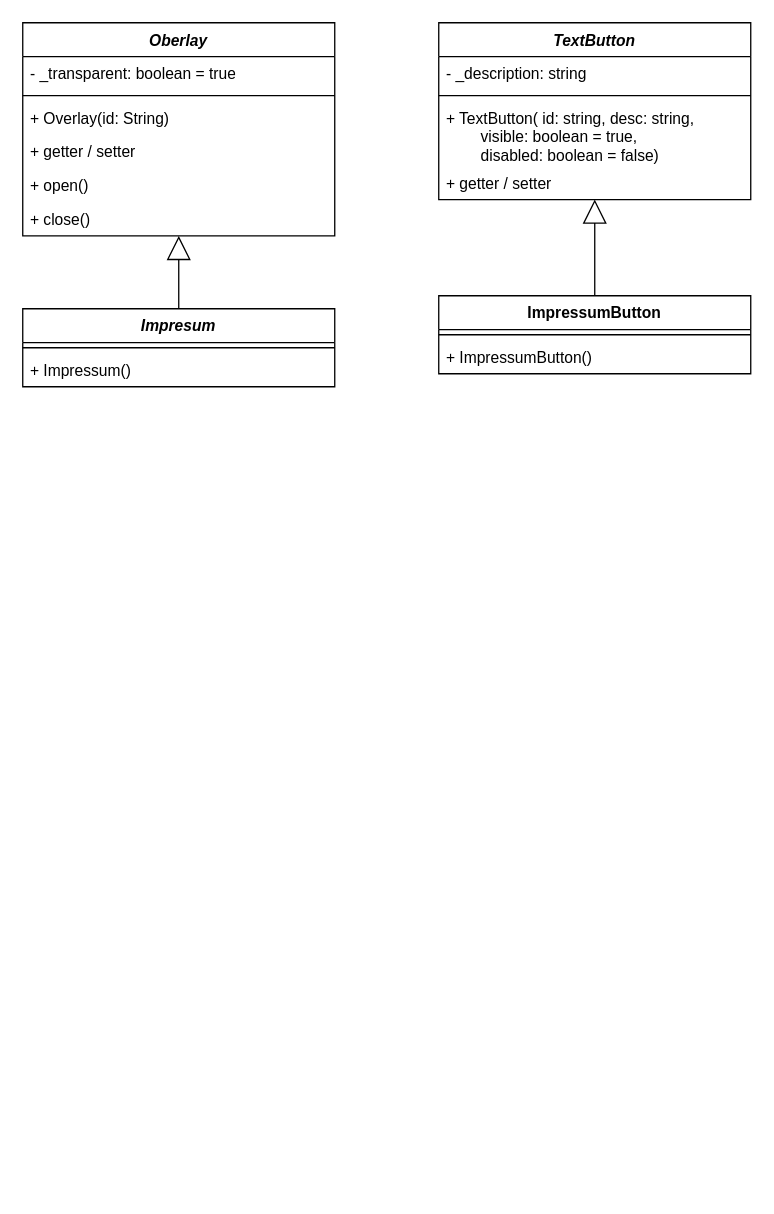
elma1989/el-pollo-loco keeps this draw.io diagram as docs/issue/137-diagram.drawio. Above is the earlier version. Source tidied: cells renumbered, new cells numbered last; positions are measured from the earlier drawing's top-left corner, leaving out a move shared by most shapes. Both pictures are drawn from the tidied source at 130%, with x=0, y=0 at pixel (22, 22).
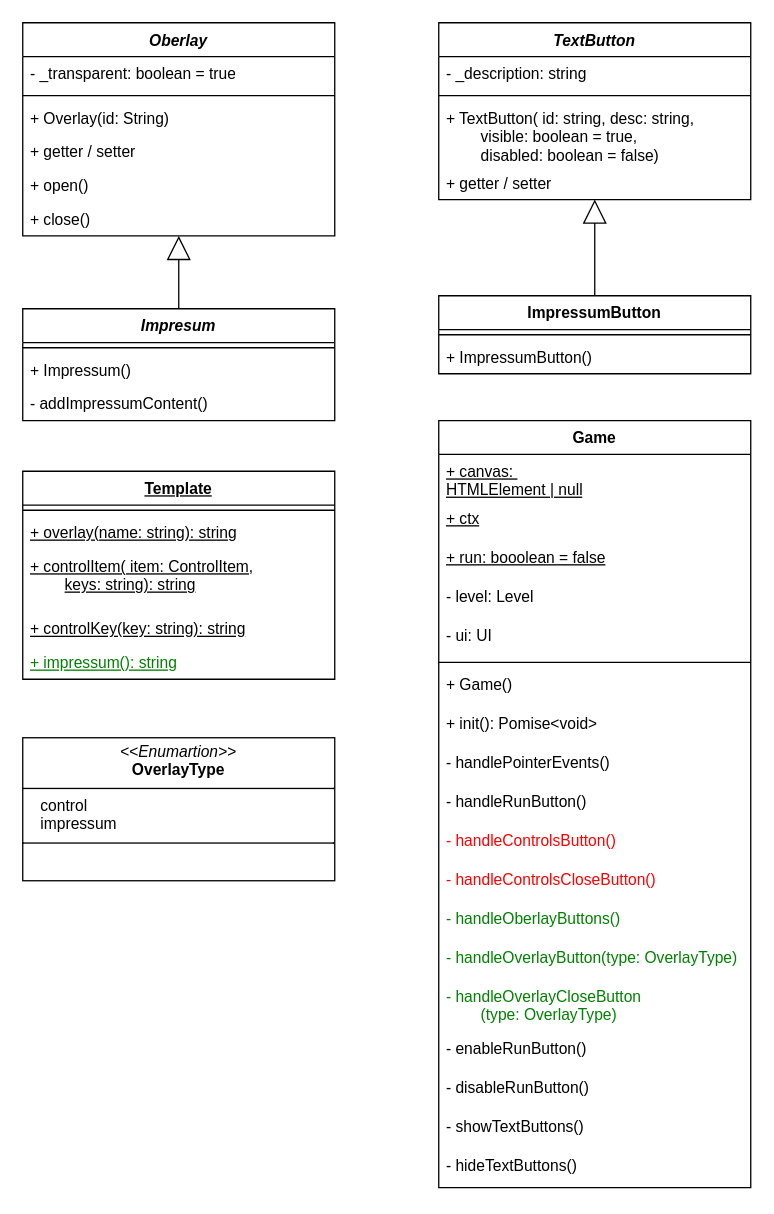
After the change.

Commit message (it also covers changes not shown here):
doc: Updated issus 137 - Updated Impressum, Game

The edit, as a diff of the source:
```diff
@@
     <mxCell id="9" value="Impresum" style="swimlane;fontStyle=3;align=center;verticalAlign=top;horizontal=1;startSize=26;whiteSpace=wrap;html=1;" parent="1" vertex="1">
-      <mxGeometry y="220" width="240" height="60" as="geometry" />
+      <mxGeometry y="220" width="240" height="86" as="geometry" />
     </mxCell>
@@
+    <mxCell id="22" value="- addImpressumContent()" style="text;strokeColor=none;fillColor=none;align=left;verticalAlign=top;spacingLeft=4;spacingRight=4;overflow=hidden;whiteSpace=wrap;html=1;" parent="9" vertex="1">
+      <mxGeometry y="60" width="240" height="26" as="geometry" />
+    </mxCell>
@@
+    <mxCell id="23" value="Template" style="swimlane;fontStyle=5;align=center;verticalAlign=top;horizontal=1;startSize=26;whiteSpace=wrap;html=1;strokeColor=default;" parent="1" vertex="1">
+      <mxGeometry y="345" width="240" height="160" as="geometry" />
+    </mxCell>
+    <mxCell id="24" style="line;strokeWidth=1;fillColor=none;align=left;verticalAlign=middle;spacingTop=-1;spacingLeft=3;spacingRight=3;labelPosition=right;strokeColor=inherit;" parent="23" vertex="1">
+      <mxGeometry y="26" width="240" height="8" as="geometry" />
+    </mxCell>
+    <mxCell id="25" value="+ overlay(name: string): string" style="text;strokeColor=none;fillColor=none;align=left;verticalAlign=top;spacingLeft=4;spacingRight=4;overflow=hidden;whiteSpace=wrap;html=1;fontStyle=4;" parent="23" vertex="1">
+      <mxGeometry y="34" width="240" height="26" as="geometry" />
+    </mxCell>
+    <mxCell id="26" value="+ controlItem( item: ControlItem,&lt;div&gt;&lt;span style=&quot;white-space: pre;&quot;&gt;&#9;&lt;/span&gt;keys: string): string&lt;br&gt;&lt;/div&gt;" style="text;strokeColor=none;fillColor=none;align=left;verticalAlign=top;spacingLeft=4;spacingRight=4;overflow=hidden;whiteSpace=wrap;html=1;fontStyle=4;" parent="23" vertex="1">
+      <mxGeometry y="60" width="240" height="48" as="geometry" />
+    </mxCell>
+    <mxCell id="27" value="+ controlKey(key: string): string" style="text;strokeColor=none;fillColor=none;align=left;verticalAlign=top;spacingLeft=4;spacingRight=4;overflow=hidden;whiteSpace=wrap;html=1;fontStyle=4;" parent="23" vertex="1">
+      <mxGeometry y="108" width="240" height="26" as="geometry" />
+    </mxCell>
+    <mxCell id="28" value="+ impressum(): string" style="text;strokeColor=none;fillColor=none;align=left;verticalAlign=top;spacingLeft=4;spacingRight=4;overflow=hidden;whiteSpace=wrap;html=1;fontStyle=4;fontColor=light-dark(#008000,#80FF80);" parent="23" vertex="1">
+      <mxGeometry y="134" width="240" height="26" as="geometry" />
+    </mxCell>
+    <mxCell id="29" value="Game" style="swimlane;fontStyle=1;align=center;verticalAlign=top;horizontal=1;startSize=26;whiteSpace=wrap;html=1;" parent="1" vertex="1">
+      <mxGeometry x="320" y="306" width="240" height="590" as="geometry" />
+    </mxCell>
+    <mxCell id="30" value="+ canvas:&amp;nbsp;&lt;div&gt;HTMLElement | null&lt;/div&gt;" style="text;strokeColor=none;fillColor=none;align=left;verticalAlign=top;spacingLeft=4;spacingRight=4;overflow=hidden;whiteSpace=wrap;html=1;fontStyle=4;" parent="29" vertex="1">
+      <mxGeometry y="26" width="240" height="36" as="geometry" />
+    </mxCell>
+    <mxCell id="31" value="+ ctx" style="text;strokeColor=none;fillColor=none;align=left;verticalAlign=top;spacingLeft=4;spacingRight=4;overflow=hidden;whiteSpace=wrap;html=1;fontStyle=4;" parent="29" vertex="1">
+      <mxGeometry y="62" width="240" height="30" as="geometry" />
+    </mxCell>
+    <mxCell id="32" value="+ run: booolean = false" style="text;strokeColor=none;fillColor=none;align=left;verticalAlign=top;spacingLeft=4;spacingRight=4;overflow=hidden;whiteSpace=wrap;html=1;fontStyle=4;" parent="29" vertex="1">
+      <mxGeometry y="92" width="240" height="30" as="geometry" />
+    </mxCell>
+    <mxCell id="33" value="- level: Level" style="text;strokeColor=none;fillColor=none;align=left;verticalAlign=top;spacingLeft=4;spacingRight=4;overflow=hidden;whiteSpace=wrap;html=1;fontStyle=0;fontColor=default;" parent="29" vertex="1">
+      <mxGeometry y="122" width="240" height="30" as="geometry" />
+    </mxCell>
+    <mxCell id="34" value="- ui: UI" style="text;strokeColor=none;fillColor=none;align=left;verticalAlign=top;spacingLeft=4;spacingRight=4;overflow=hidden;whiteSpace=wrap;html=1;fontStyle=0;fontColor=default;" parent="29" vertex="1">
+      <mxGeometry y="152" width="240" height="30" as="geometry" />
+    </mxCell>
+    <mxCell id="35" style="line;strokeWidth=1;fillColor=none;align=left;verticalAlign=middle;spacingTop=-1;spacingLeft=3;spacingRight=3;labelPosition=right;strokeColor=inherit;" parent="29" vertex="1">
+      <mxGeometry y="182" width="240" height="8" as="geometry" />
+    </mxCell>
+    <mxCell id="36" value="+ Game()" style="text;strokeColor=none;fillColor=none;align=left;verticalAlign=top;spacingLeft=4;spacingRight=4;overflow=hidden;whiteSpace=wrap;html=1;fontStyle=0;fontColor=default;" parent="29" vertex="1">
+      <mxGeometry y="190" width="240" height="30" as="geometry" />
+    </mxCell>
+    <mxCell id="37" value="+ init(): Pomise&amp;lt;void&amp;gt;" style="text;strokeColor=none;fillColor=none;align=left;verticalAlign=top;spacingLeft=4;spacingRight=4;overflow=hidden;whiteSpace=wrap;html=1;fontStyle=0;fontColor=default;" parent="29" vertex="1">
+      <mxGeometry y="220" width="240" height="30" as="geometry" />
+    </mxCell>
+    <mxCell id="38" value="- handlePointerEvents()" style="text;strokeColor=none;fillColor=none;align=left;verticalAlign=top;spacingLeft=4;spacingRight=4;overflow=hidden;whiteSpace=wrap;html=1;fontStyle=0;fontColor=default;" parent="29" vertex="1">
+      <mxGeometry y="250" width="240" height="30" as="geometry" />
+    </mxCell>
+    <mxCell id="39" value="- handleRunButton()" style="text;strokeColor=none;fillColor=none;align=left;verticalAlign=top;spacingLeft=4;spacingRight=4;overflow=hidden;whiteSpace=wrap;html=1;fontStyle=0;fontColor=default;" parent="29" vertex="1">
+      <mxGeometry y="280" width="240" height="30" as="geometry" />
+    </mxCell>
+    <mxCell id="40" value="- handleControlsButton()" style="text;strokeColor=none;fillColor=none;align=left;verticalAlign=top;spacingLeft=4;spacingRight=4;overflow=hidden;whiteSpace=wrap;html=1;fontStyle=0;fontColor=light-dark(#FF0000,#FF8080);" parent="29" vertex="1">
+      <mxGeometry y="310" width="240" height="30" as="geometry" />
+    </mxCell>
+    <mxCell id="41" value="- handleControlsCloseButton()" style="text;strokeColor=none;fillColor=none;align=left;verticalAlign=top;spacingLeft=4;spacingRight=4;overflow=hidden;whiteSpace=wrap;html=1;fontStyle=0;fontColor=light-dark(#FF0000,#FF8080);" parent="29" vertex="1">
+      <mxGeometry y="340" width="240" height="30" as="geometry" />
+    </mxCell>
+    <mxCell id="42" value="- handleOberlayButtons()" style="text;strokeColor=none;fillColor=none;align=left;verticalAlign=top;spacingLeft=4;spacingRight=4;overflow=hidden;whiteSpace=wrap;html=1;fontStyle=0;fontColor=light-dark(#008000,#80FF80);" parent="29" vertex="1">
+      <mxGeometry y="370" width="240" height="30" as="geometry" />
+    </mxCell>
+    <mxCell id="43" value="- handleOverlayButton(type: OverlayType)" style="text;strokeColor=none;fillColor=none;align=left;verticalAlign=top;spacingLeft=4;spacingRight=4;overflow=hidden;whiteSpace=wrap;html=1;fontStyle=0;fontColor=light-dark(#008000,#80FF80);" parent="29" vertex="1">
+      <mxGeometry y="400" width="240" height="30" as="geometry" />
+    </mxCell>
+    <mxCell id="44" value="- handleOverlayCloseButton&lt;div&gt;&lt;span style=&quot;white-space: pre;&quot;&gt;&#9;&lt;/span&gt;(type: OverlayType)&lt;/div&gt;" style="text;strokeColor=none;fillColor=none;align=left;verticalAlign=top;spacingLeft=4;spacingRight=4;overflow=hidden;whiteSpace=wrap;html=1;fontStyle=0;fontColor=light-dark(#008000,#80FF80);" parent="29" vertex="1">
+      <mxGeometry y="430" width="240" height="40" as="geometry" />
+    </mxCell>
+    <mxCell id="45" value="- enableRunButton()" style="text;strokeColor=none;fillColor=none;align=left;verticalAlign=top;spacingLeft=4;spacingRight=4;overflow=hidden;whiteSpace=wrap;html=1;fontStyle=0;fontColor=default;" parent="29" vertex="1">
+      <mxGeometry y="470" width="240" height="30" as="geometry" />
+    </mxCell>
+    <mxCell id="46" value="- disableRunButton()" style="text;strokeColor=none;fillColor=none;align=left;verticalAlign=top;spacingLeft=4;spacingRight=4;overflow=hidden;whiteSpace=wrap;html=1;fontStyle=0;fontColor=default;" parent="29" vertex="1">
+      <mxGeometry y="500" width="240" height="30" as="geometry" />
+    </mxCell>
+    <mxCell id="47" value="- showTextButtons()" style="text;strokeColor=none;fillColor=none;align=left;verticalAlign=top;spacingLeft=4;spacingRight=4;overflow=hidden;whiteSpace=wrap;html=1;fontStyle=0;fontColor=default;" parent="29" vertex="1">
+      <mxGeometry y="530" width="240" height="30" as="geometry" />
+    </mxCell>
+    <mxCell id="48" value="- hideTextButtons()" style="text;strokeColor=none;fillColor=none;align=left;verticalAlign=top;spacingLeft=4;spacingRight=4;overflow=hidden;whiteSpace=wrap;html=1;fontStyle=0;fontColor=default;" parent="29" vertex="1">
+      <mxGeometry y="560" width="240" height="30" as="geometry" />
+    </mxCell>
+    <mxCell id="49" value="&lt;p style=&quot;margin:0px;margin-top:4px;text-align:center;&quot;&gt;&lt;i&gt;&amp;lt;&amp;lt;Enumartion&amp;gt;&amp;gt;&lt;/i&gt;&lt;br&gt;&lt;b&gt;OverlayType&lt;/b&gt;&lt;/p&gt;&lt;hr size=&quot;1&quot; style=&quot;border-style:solid;&quot;&gt;&lt;p style=&quot;margin:0px;margin-left:4px;&quot;&gt;&amp;nbsp; &amp;nbsp;control&lt;br&gt;&amp;nbsp; &amp;nbsp;impressum&lt;/p&gt;&lt;hr size=&quot;1&quot; style=&quot;border-style:solid;&quot;&gt;&lt;p style=&quot;margin:0px;margin-left:4px;&quot;&gt;&lt;br&gt;&lt;/p&gt;" style="verticalAlign=top;align=left;overflow=fill;html=1;whiteSpace=wrap;" parent="1" vertex="1">
+      <mxGeometry y="550" width="240" height="110" as="geometry" />
+    </mxCell>
```
